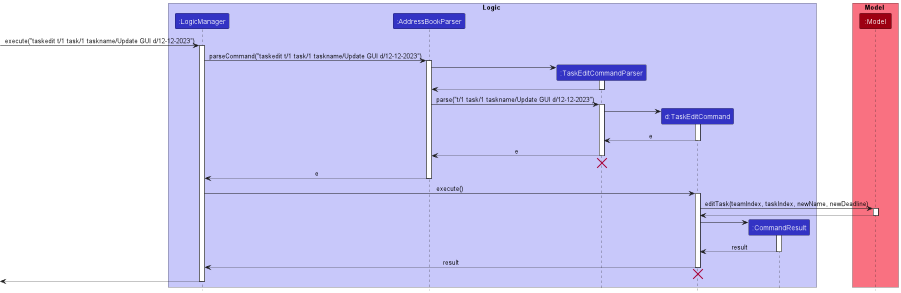
Before: docs/images/TaskEditSequenceDiagram.png, a diagram exported from PlantUML (nus-cs2103-AY2223S1/tp). Its diagram source:
```plantuml
@startuml
!include style.puml

box Logic LOGIC_COLOR_T1
participant ":LogicManager" as LogicManager LOGIC_COLOR
participant ":AddressBookParser" as AddressBookParser LOGIC_COLOR
participant ":TaskEditCommandParser" as TaskEditCommandParser LOGIC_COLOR
participant "d:TaskEditCommand" as TaskEditCommand LOGIC_COLOR
participant ":CommandResult" as CommandResult LOGIC_COLOR
end box

box Model MODEL_COLOR_T1
participant ":Model" as Model MODEL_COLOR
end box

[-> LogicManager : execute("taskedit t/1 task/1 taskname/Update GUI d/12-12-2023")
activate LogicManager

LogicManager -> AddressBookParser : parseCommand("taskedit t/1 task/1 taskname/Update GUI d/12-12-2023")
activate AddressBookParser

create TaskEditCommandParser
AddressBookParser -> TaskEditCommandParser
activate TaskEditCommandParser

TaskEditCommandParser --> AddressBookParser
deactivate TaskEditCommandParser

AddressBookParser -> TaskEditCommandParser : parse("t/1 task/1 taskname/Update GUI d/12-12-2023")
activate TaskEditCommandParser

create TaskEditCommand
TaskEditCommandParser -> TaskEditCommand
activate TaskEditCommand

TaskEditCommand --> TaskEditCommandParser : e
deactivate TaskEditCommand

TaskEditCommandParser --> AddressBookParser : e
deactivate TaskEditCommandParser
TaskEditCommandParser -[hidden]-> AddressBookParser
destroy TaskEditCommandParser

AddressBookParser --> LogicManager : e
deactivate AddressBookParser

LogicManager -> TaskEditCommand : execute()
activate TaskEditCommand

TaskEditCommand -> Model : editTask(teamIndex, taskIndex, newName, newDeadline)
activate Model

Model --> TaskEditCommand
deactivate Model

create CommandResult
TaskEditCommand -> CommandResult
activate CommandResult

CommandResult --> TaskEditCommand : result
deactivate CommandResult

TaskEditCommand --> LogicManager : result
deactivate TaskEditCommand

TaskEditCommand -[hidden]-> LogicManager
destroy TaskEditCommand

[<--LogicManager
deactivate LogicManager
@enduml
```
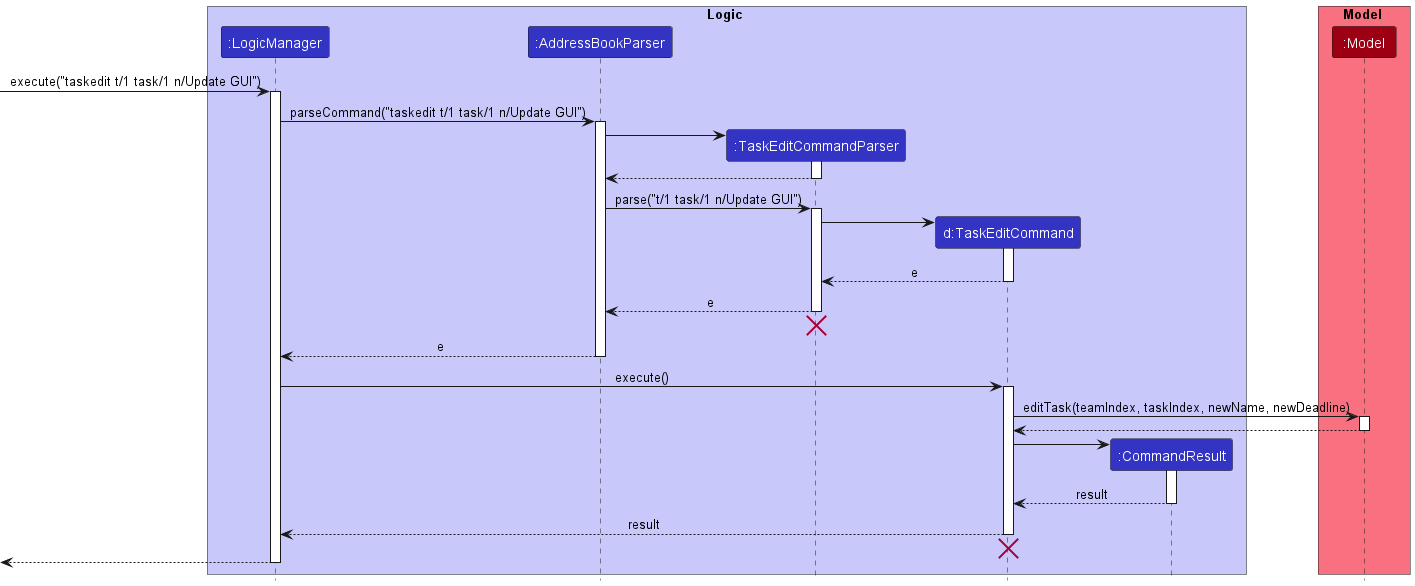
Above is the later version.

Change to the diagram source:
```diff
@@ -13,10 +13,10 @@
 participant ":Model" as Model MODEL_COLOR
 end box
 
-[-> LogicManager : execute("taskedit t/1 task/1 taskname/Update GUI d/12-12-2023")
+[-> LogicManager : execute("taskedit t/1 task/1 n/Update GUI")
 activate LogicManager
 
-LogicManager -> AddressBookParser : parseCommand("taskedit t/1 task/1 taskname/Update GUI d/12-12-2023")
+LogicManager -> AddressBookParser : parseCommand("taskedit t/1 task/1 n/Update GUI")
 activate AddressBookParser
 
 create TaskEditCommandParser
@@ -26,7 +26,7 @@
 TaskEditCommandParser --> AddressBookParser
 deactivate TaskEditCommandParser
 
-AddressBookParser -> TaskEditCommandParser : parse("t/1 task/1 taskname/Update GUI d/12-12-2023")
+AddressBookParser -> TaskEditCommandParser : parse("t/1 task/1 n/Update GUI")
 activate TaskEditCommandParser
 
 create TaskEditCommand
```
